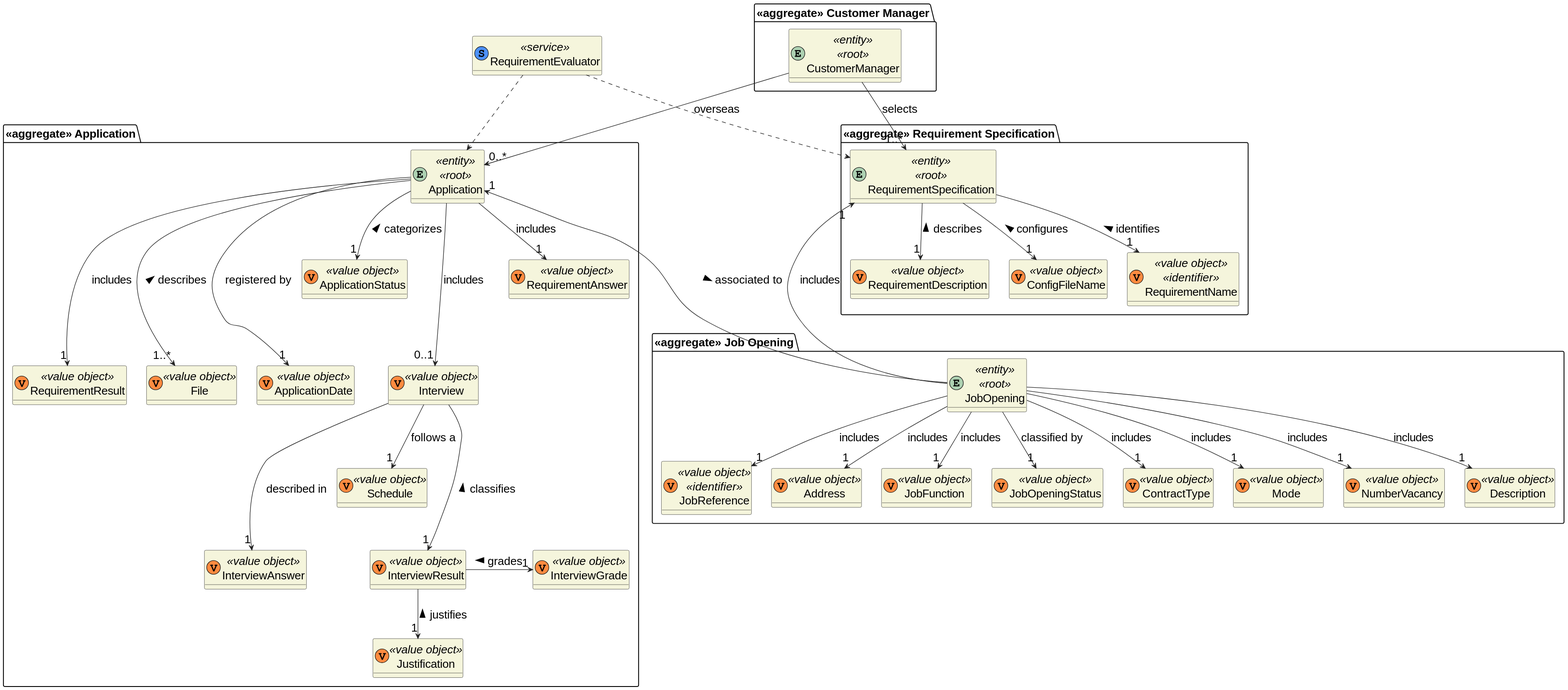
Earlier version of the PlantUML export docs/sprint-c/us_1015/analysis-diagrams/domain-model.svg (rita-barbosa/LAPR4-2324).
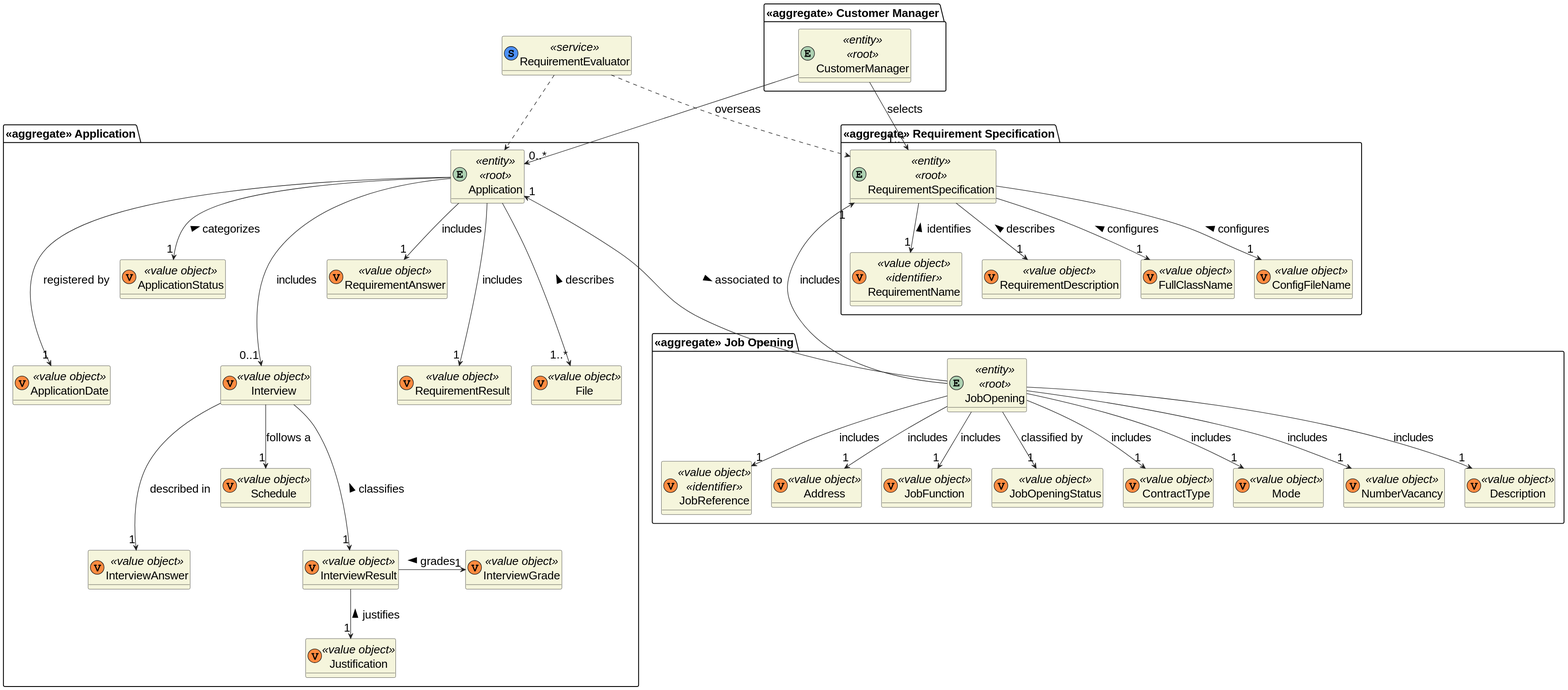
The same file after the commit.

Diff of the diagram source:
```diff
@@ -18,6 +18,7 @@
     entity RequirementSpecification <<entity>> <<root>>  {}
     class RequirementName <<(V,#FF8B40) value object>> <<identifier>> {}
     class RequirementDescription <<(V,#FF8B40) value object>> {}
+    class FullClassName <<(V,#FF8B40) value object>> {}
      class ConfigFileName <<(V,#FF8B40) value object>> {}
 }
 package "<<aggregate>> Job Opening" {
@@ -85,4 +86,5 @@
 RequirementSpecification --> "1" RequirementName: identifies <
 RequirementSpecification --> "1" RequirementDescription: describes <
 RequirementSpecification --> "1" ConfigFileName: configures <
+RequirementSpecification --> "1" FullClassName: configures <
 @enduml
```
